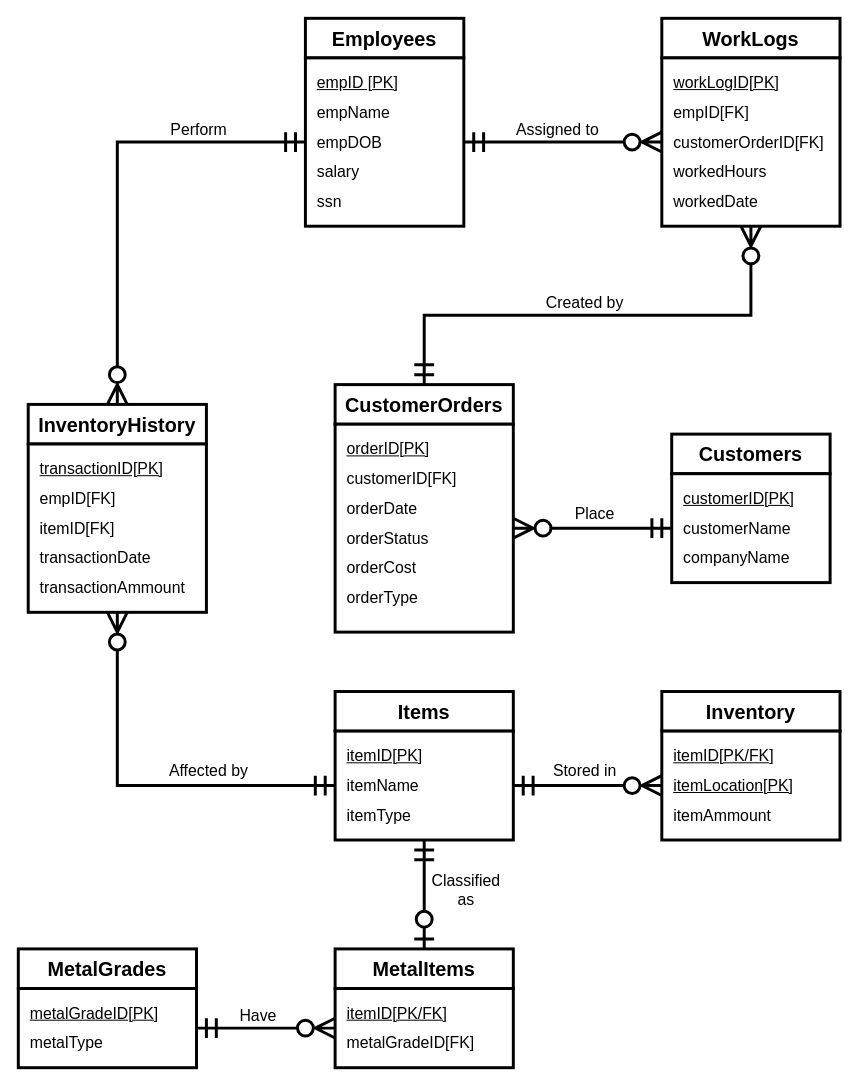
ArchDruid19/CS411-Final_Project keeps this draw.io diagram as part2-Schema/SQL-Schema-DrawIO/SQL_Crows_Foot_ER_Diagram.drawio. Above is the earlier version. Source tidied: cells renumbered, new cells numbered last; positions are measured from the earlier drawing's top-left corner, leaving out a move shared by most shapes. Both pictures are drawn from the tidied source at 99%, with x=0, y=0 at pixel (18, 18).
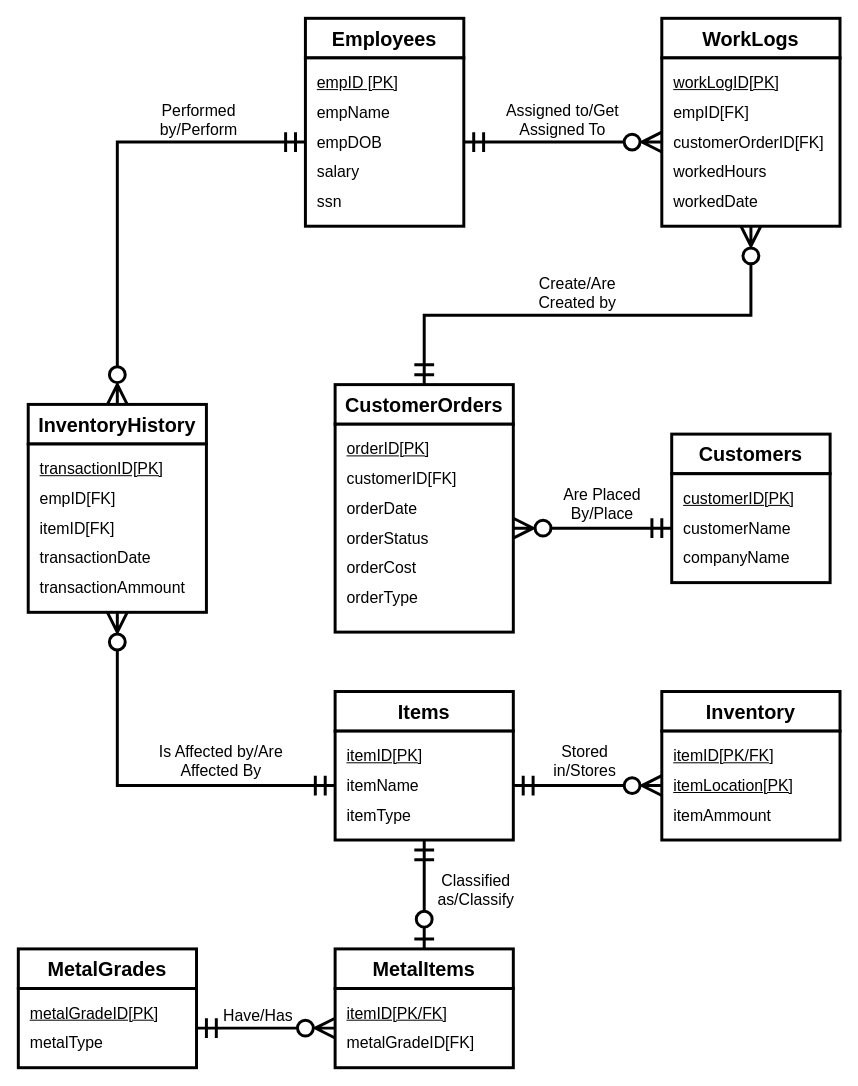
The same page after the edit.

Diff of the diagram source:
```diff
@@
-    <mxCell id="62" value="Assigned to" style="text;html=1;whiteSpace=wrap;strokeColor=none;fillColor=none;align=center;verticalAlign=bottom;rounded=0;spacing=0;fontSize=16;" parent="1" vertex="1">
-      <mxGeometry x="500" y="92" width="90" height="30" as="geometry" />
+    <mxCell id="62" value="Assigned to/Get Assigned To" style="text;html=1;whiteSpace=wrap;strokeColor=none;fillColor=none;align=center;verticalAlign=bottom;rounded=0;spacing=0;fontSize=16;" parent="1" vertex="1">
+      <mxGeometry x="490" y="60" width="120" height="62" as="geometry" />
     </mxCell>
-    <mxCell id="63" value="Created by" style="text;html=1;whiteSpace=wrap;strokeColor=none;fillColor=none;align=center;verticalAlign=bottom;rounded=0;spacing=0;fontSize=16;" parent="1" vertex="1">
-      <mxGeometry x="530" y="267" width="85" height="30" as="geometry" />
+    <mxCell id="63" value="Create/Are Created by" style="text;html=1;whiteSpace=wrap;strokeColor=none;fillColor=none;align=center;verticalAlign=bottom;rounded=0;spacing=0;fontSize=16;" parent="1" vertex="1">
+      <mxGeometry x="500" y="240" width="130" height="57" as="geometry" />
     </mxCell>
-    <mxCell id="64" value="Perform" style="text;html=1;whiteSpace=wrap;strokeColor=none;fillColor=none;align=center;verticalAlign=bottom;rounded=0;spacing=0;fontSize=16;" parent="1" vertex="1">
-      <mxGeometry x="140" y="92" width="85" height="30" as="geometry" />
+    <mxCell id="64" value="Performed by/Perform" style="text;html=1;whiteSpace=wrap;strokeColor=none;fillColor=none;align=center;verticalAlign=bottom;rounded=0;spacing=0;fontSize=16;" parent="1" vertex="1">
+      <mxGeometry x="110" y="70" width="145" height="52" as="geometry" />
     </mxCell>
-    <mxCell id="65" value="Place" style="text;html=1;whiteSpace=wrap;strokeColor=none;fillColor=none;align=center;verticalAlign=bottom;rounded=0;spacing=0;fontSize=16;" parent="1" vertex="1">
-      <mxGeometry x="540" y="480" width="85" height="30" as="geometry" />
+    <mxCell id="65" value="Are Placed By/Place" style="text;html=1;whiteSpace=wrap;strokeColor=none;fillColor=none;align=center;verticalAlign=bottom;rounded=0;spacing=0;fontSize=16;" parent="1" vertex="1">
+      <mxGeometry x="540" y="460" width="100" height="50" as="geometry" />
     </mxCell>
-    <mxCell id="66" value="Affected by" style="text;html=1;whiteSpace=wrap;strokeColor=none;fillColor=none;align=center;verticalAlign=bottom;rounded=0;spacing=0;fontSize=16;" parent="1" vertex="1">
-      <mxGeometry x="150" y="740" width="85" height="30" as="geometry" />
+    <mxCell id="66" value="Is Affected by/Are Affected By" style="text;html=1;whiteSpace=wrap;strokeColor=none;fillColor=none;align=center;verticalAlign=bottom;rounded=0;spacing=0;fontSize=16;" parent="1" vertex="1">
+      <mxGeometry x="140" y="740" width="130" height="30" as="geometry" />
     </mxCell>
-    <mxCell id="67" value="Stored in" style="text;html=1;whiteSpace=wrap;strokeColor=none;fillColor=none;align=center;verticalAlign=bottom;rounded=0;spacing=0;fontSize=16;" parent="1" vertex="1">
-      <mxGeometry x="530" y="740" width="85" height="30" as="geometry" />
+    <mxCell id="67" value="Stored in/Stores" style="text;html=1;whiteSpace=wrap;strokeColor=none;fillColor=none;align=center;verticalAlign=bottom;rounded=0;spacing=0;fontSize=16;" parent="1" vertex="1">
+      <mxGeometry x="530" y="720" width="85" height="50" as="geometry" />
     </mxCell>
-    <mxCell id="68" value="Have" style="text;html=1;whiteSpace=wrap;strokeColor=none;fillColor=none;align=center;verticalAlign=bottom;rounded=0;spacing=0;fontSize=16;" parent="1" vertex="1">
+    <mxCell id="68" value="Have/Has" style="text;html=1;whiteSpace=wrap;strokeColor=none;fillColor=none;align=center;verticalAlign=bottom;rounded=0;spacing=0;fontSize=16;" parent="1" vertex="1">
       <mxGeometry x="200" y="987" width="85" height="30" as="geometry" />
     </mxCell>
-    <mxCell id="69" value="Classified as" style="text;html=1;whiteSpace=wrap;strokeColor=none;fillColor=none;align=center;verticalAlign=bottom;rounded=0;spacing=0;fontSize=16;" parent="1" vertex="1">
-      <mxGeometry x="410" y="860" width="85" height="40" as="geometry" />
+    <mxCell id="69" value="Classified as/Classify" style="text;html=1;whiteSpace=wrap;strokeColor=none;fillColor=none;align=center;verticalAlign=bottom;rounded=0;spacing=0;fontSize=16;" parent="1" vertex="1">
+      <mxGeometry x="420" y="860" width="85" height="40" as="geometry" />
     </mxCell>
```
